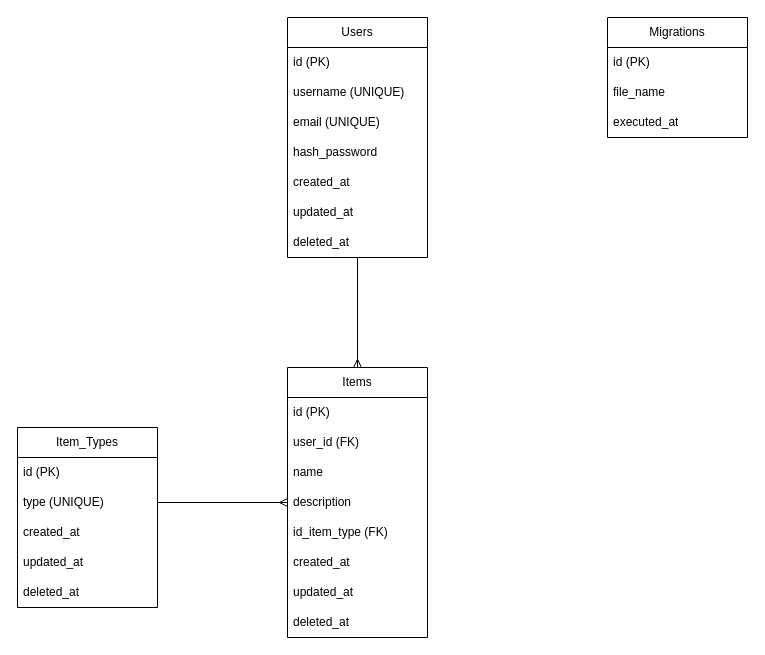
This is database/schema/001_pinky_db.drawio from 404Yato/pinky_app, a draw.io file, before an edit. Source tidied: cells renumbered, new cells numbered last; positions are measured from the earlier drawing's top-left corner, leaving out a move shared by most shapes. Both pictures are drawn from the tidied source at 100%, with x=0, y=0 at pixel (17, 17).
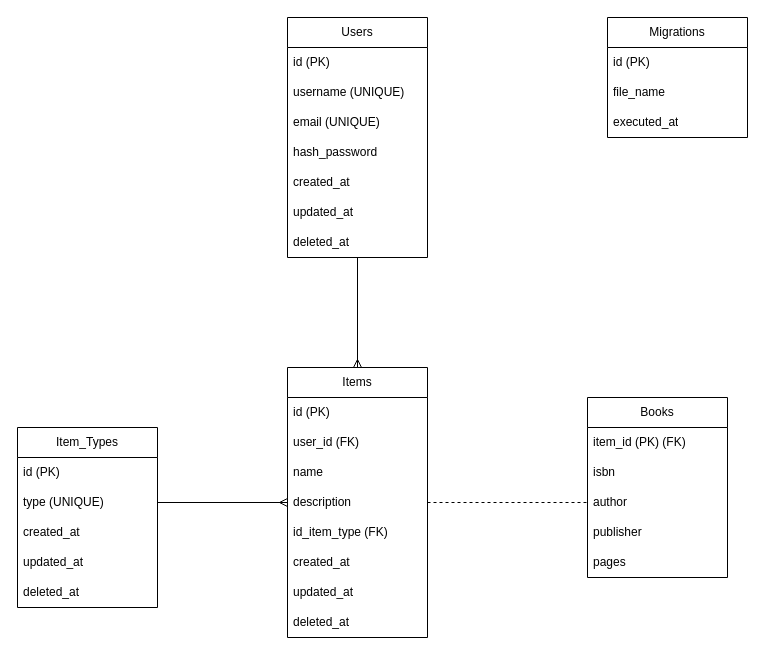
Above is the later version.

Commit message (it also covers changes not shown here):
Update Database Scheme

Unchanged cells that the change refers to:
```xml
<mxCell id="7" value="description" style="text;strokeColor=none;fillColor=none;align=left;verticalAlign=middle;spacingLeft=4;spacingRight=4;overflow=hidden;points=[[0,0.5],[1,0.5]];portConstraint=eastwest;whiteSpace=wrap;html=1;" parent="3" vertex="1">
  <mxGeometry y="120" width="140" height="30" as="geometry" />
</mxCell>
```

Diff of the diagram source:
```diff
@@
+    <mxCell id="31" value="Books" style="swimlane;fontStyle=0;horizontal=1;startSize=30;whiteSpace=wrap;html=1;" parent="1" vertex="1">
+      <mxGeometry x="570" y="380" width="140" height="180" as="geometry" />
+    </mxCell>
+    <mxCell id="32" value="item_id (PK) (FK)" style="text;strokeColor=none;fillColor=none;align=left;verticalAlign=middle;spacingLeft=4;spacingRight=4;overflow=hidden;whiteSpace=wrap;html=1;" parent="31" vertex="1">
+      <mxGeometry y="30" width="140" height="30" as="geometry" />
+    </mxCell>
+    <mxCell id="33" value="isbn" style="text;strokeColor=none;fillColor=none;align=left;verticalAlign=middle;spacingLeft=4;spacingRight=4;overflow=hidden;whiteSpace=wrap;html=1;" parent="31" vertex="1">
+      <mxGeometry y="60" width="140" height="30" as="geometry" />
+    </mxCell>
+    <mxCell id="34" value="author" style="text;strokeColor=none;fillColor=none;align=left;verticalAlign=middle;spacingLeft=4;spacingRight=4;overflow=hidden;points=[[0,0.5],[1,0.5]];portConstraint=eastwest;whiteSpace=wrap;html=1;" parent="31" vertex="1">
+      <mxGeometry y="90" width="140" height="30" as="geometry" />
+    </mxCell>
+    <mxCell id="35" value="publisher" style="text;strokeColor=none;fillColor=none;align=left;verticalAlign=middle;spacingLeft=4;spacingRight=4;overflow=hidden;whiteSpace=wrap;html=1;" parent="31" vertex="1">
+      <mxGeometry y="120" width="140" height="30" as="geometry" />
+    </mxCell>
+    <mxCell id="36" value="pages" style="text;strokeColor=none;fillColor=none;align=left;verticalAlign=middle;spacingLeft=4;spacingRight=4;overflow=hidden;whiteSpace=wrap;html=1;" parent="31" vertex="1">
+      <mxGeometry y="150" width="140" height="30" as="geometry" />
+    </mxCell>
+    <mxCell id="37" style="edgeStyle=orthogonalEdgeStyle;rounded=0;jettySize=auto;html=1;endArrow=none;endFill=0;strokeColor=default;startSize=6;dashed=1;" parent="1" edge="1" source="7" target="34">
+      <mxGeometry relative="1" as="geometry" />
+    </mxCell>
```
